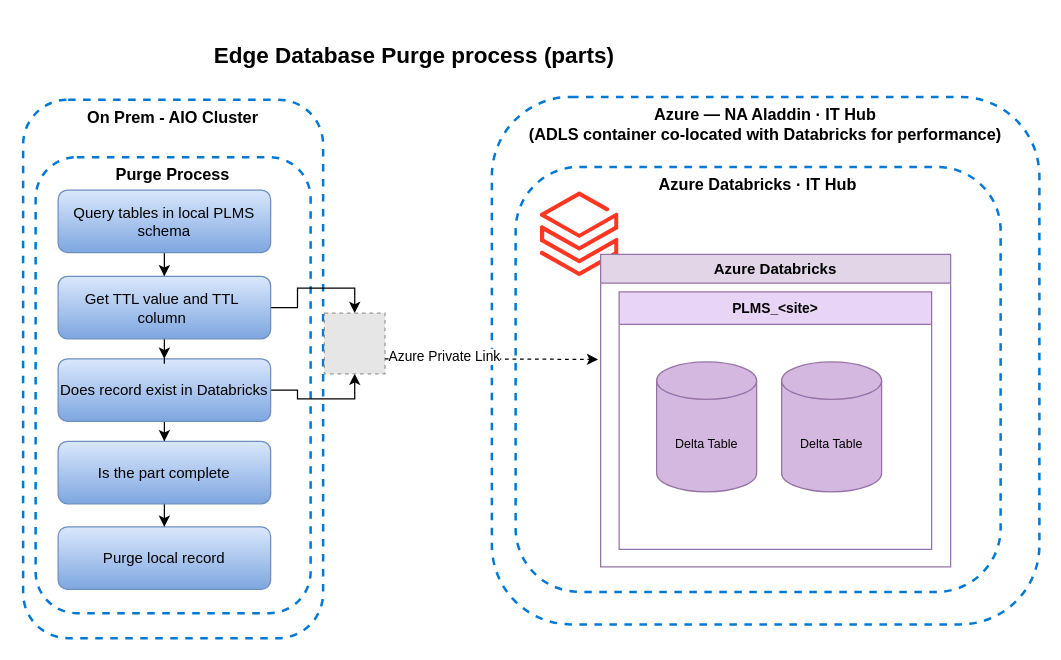
Above: page "PLMS Parts Purge" (8 of 8) of data/Data Diagram.drawio in avinashr-insight/manufacturing-iot (draw.io), before the change. Source tidied: cells renumbered, new cells numbered last; positions are measured from the earlier drawing's top-left corner, leaving out a move shared by most shapes. Both pictures are drawn from the tidied source at 125%, with x=0, y=0 at pixel (22, 34). Pictures stored in the file or linked from it are replaced by grey dashed boxes.
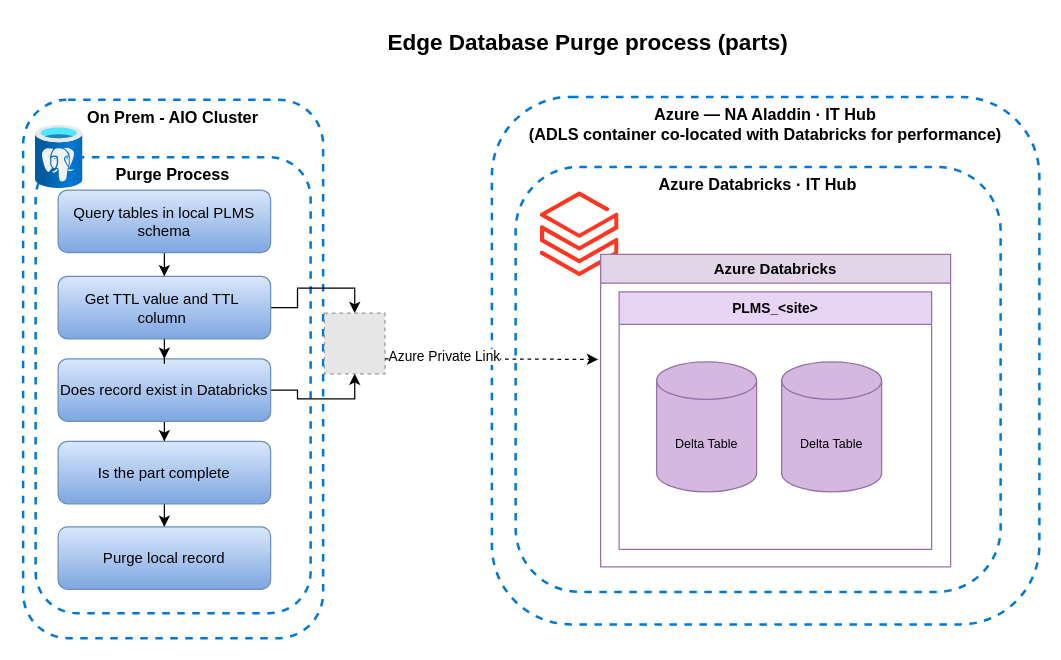
After the change.

What changed in the source:
```diff
@@
     <mxCell id="2" value="Edge Database Purge process (parts)" style="text;html=1;fontSize=18;fontStyle=1;align=left;fillColor=none;strokeColor=none;" parent="1" vertex="1">
-      <mxGeometry x="151" width="442" height="36" as="geometry" />
+      <mxGeometry x="289.5" y="-10" width="442" height="36" as="geometry" />
     </mxCell>
@@
+    <mxCell id="26" style="image;html=1;align=center;fontSize=12;image=img/lib/azure2/databases/Azure_Database_PostgreSQL_Server.svg;" parent="1" vertex="1">
+      <mxGeometry x="10" y="72.8" width="38" height="50.7" as="geometry" />
+    </mxCell>
```
